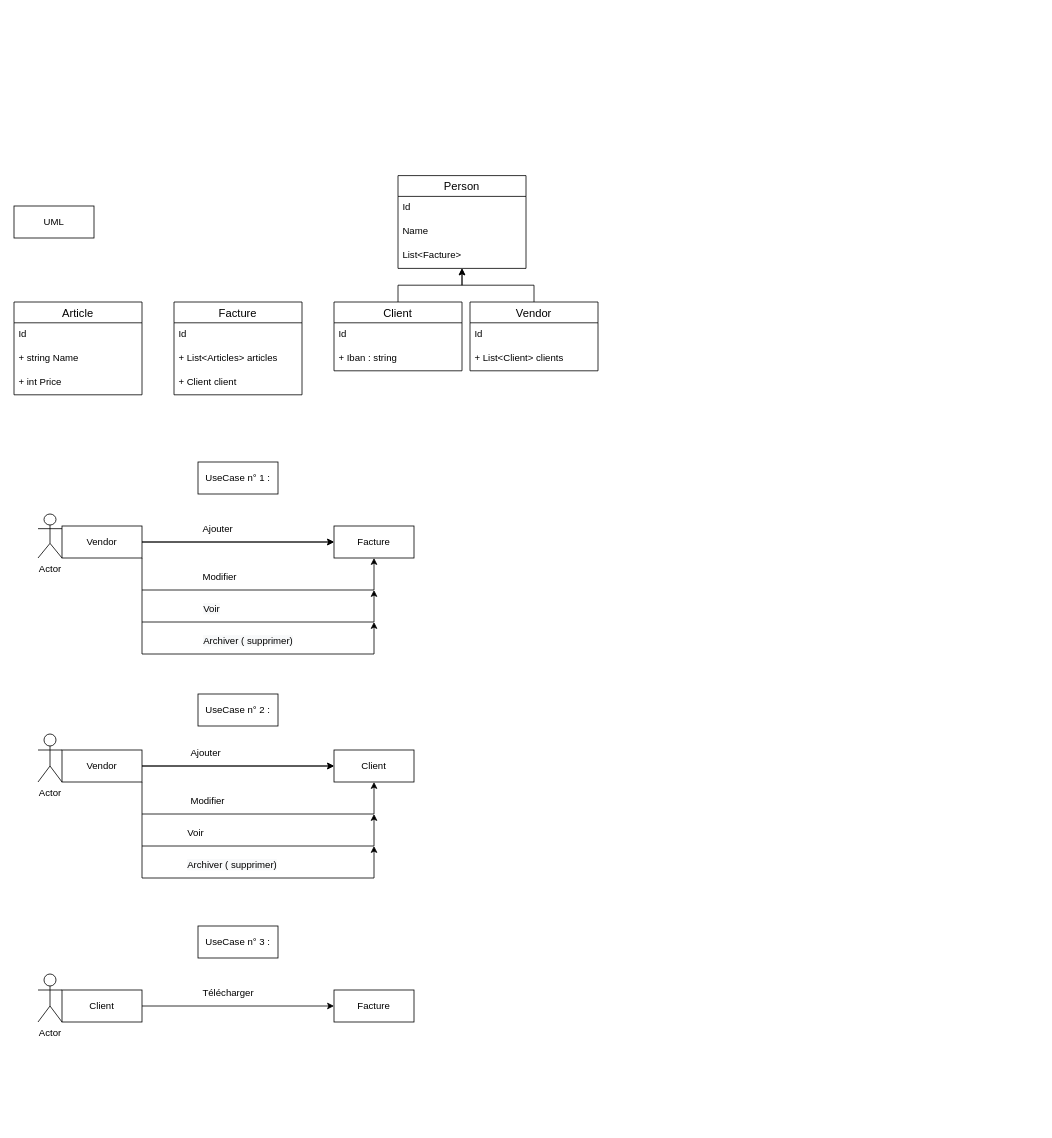
LucaMaggioli/facturator-crud-app keeps this draw.io diagram as UML-et-usecases.drawio. Above is the earlier version. Source tidied: cells renumbered, new cells numbered last; positions are measured from the earlier drawing's top-left corner, leaving out a move shared by most shapes. Both pictures are drawn from the tidied source at 80%, with x=0, y=0 at pixel (14, 175).
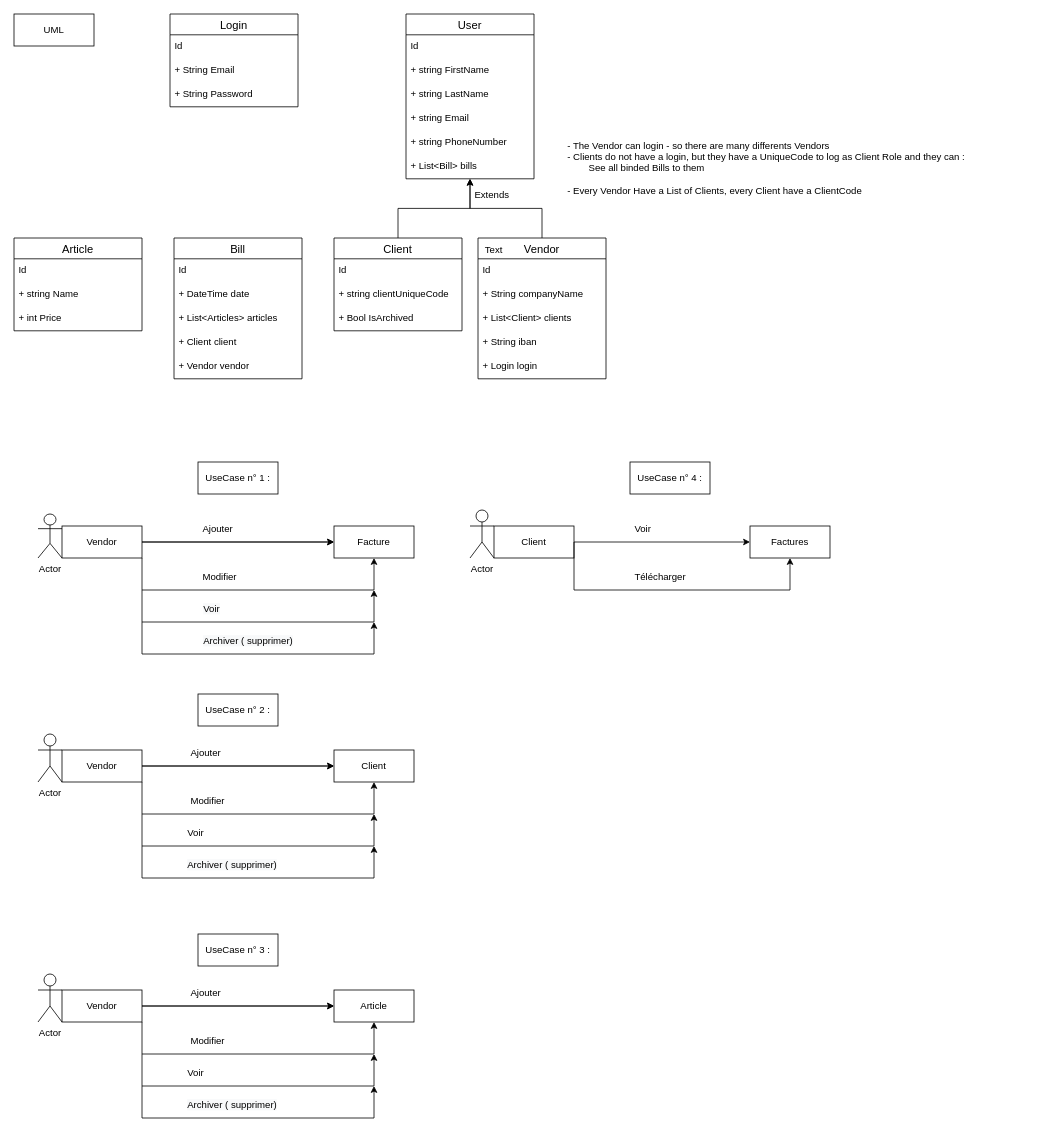
Above is the later version.

Change to the diagram source:
```diff
@@
     <mxCell id="12" value="Client" style="whiteSpace=wrap;html=1;align=center;" parent="1" vertex="1">
-      <mxGeometry x="60" y="1018" width="100" height="40" as="geometry" />
+      <mxGeometry x="600" y="438" width="100" height="40" as="geometry" />
     </mxCell>
-    <mxCell id="13" value="Facture" style="whiteSpace=wrap;html=1;align=center;" parent="1" vertex="1">
-      <mxGeometry x="400" y="1018" width="100" height="40" as="geometry" />
+    <mxCell id="13" value="Factures" style="whiteSpace=wrap;html=1;align=center;" parent="1" vertex="1">
+      <mxGeometry x="920" y="438" width="100" height="40" as="geometry" />
     </mxCell>
-    <mxCell id="14" value="Télécharger" style="text;strokeColor=none;fillColor=none;spacingLeft=4;spacingRight=4;overflow=hidden;fontSize=12;" parent="1" vertex="1">
-      <mxGeometry x="230" y="1008" width="100" height="30" as="geometry" />
+    <mxCell id="14" value="Voir" style="text;strokeColor=none;fillColor=none;spacingLeft=4;spacingRight=4;overflow=hidden;fontSize=12;" parent="1" vertex="1">
+      <mxGeometry x="770" y="428" width="100" height="30" as="geometry" />
     </mxCell>
@@
     <mxCell id="17" value="UML" style="whiteSpace=wrap;html=1;align=center;" parent="1" vertex="1">
-      <mxGeometry y="38" width="100" height="40" as="geometry" />
+      <mxGeometry y="-202" width="100" height="40" as="geometry" />
     </mxCell>
-    <mxCell id="18" value="Facture" style="swimlane;fontStyle=0;horizontal=1;startSize=26;align=center;fontSize=14;" parent="1" vertex="1">
-      <mxGeometry x="200" y="158" width="160" height="116" as="geometry" />
+    <mxCell id="18" value="Bill" style="swimlane;fontStyle=0;horizontal=1;startSize=26;align=center;fontSize=14;" parent="1" vertex="1">
+      <mxGeometry x="200" y="78" width="160" height="176" as="geometry" />
     </mxCell>
@@
+    <mxCell id="55" value="+ DateTime date" style="text;strokeColor=none;fillColor=none;spacingLeft=4;spacingRight=4;overflow=hidden;fontSize=12;" parent="18" vertex="1">
+      <mxGeometry y="56" width="160" height="30" as="geometry" />
+    </mxCell>
     <mxCell id="20" value="+ List&lt;Articles&gt; articles" style="text;strokeColor=none;fillColor=none;spacingLeft=4;spacingRight=4;overflow=hidden;fontSize=12;" parent="18" vertex="1">
-      <mxGeometry y="56" width="160" height="30" as="geometry" />
+      <mxGeometry y="86" width="160" height="30" as="geometry" />
     </mxCell>
     <mxCell id="21" value="+ Client client" style="text;strokeColor=none;fillColor=none;spacingLeft=4;spacingRight=4;overflow=hidden;fontSize=12;" parent="18" vertex="1">
-      <mxGeometry y="86" width="160" height="30" as="geometry" />
+      <mxGeometry y="116" width="160" height="30" as="geometry" />
     </mxCell>
+    <mxCell id="56" value="+ Vendor vendor" style="text;strokeColor=none;fillColor=none;spacingLeft=4;spacingRight=4;overflow=hidden;fontSize=12;" parent="18" vertex="1">
+      <mxGeometry y="146" width="160" height="30" as="geometry" />
+    </mxCell>
     <mxCell id="22" value="Article" style="swimlane;fontStyle=0;horizontal=1;startSize=26;align=center;fontSize=14;" parent="1" vertex="1">
-      <mxGeometry y="158" width="160" height="116" as="geometry" />
+      <mxGeometry y="78" width="160" height="116" as="geometry" />
     </mxCell>
@@
     <mxCell id="27" value="Client" style="swimlane;fontStyle=0;horizontal=1;startSize=26;align=center;fontSize=14;" parent="1" vertex="1">
-      <mxGeometry x="400" y="158" width="160" height="86" as="geometry" />
+      <mxGeometry x="400" y="78" width="160" height="116" as="geometry" />
     </mxCell>
@@
-    <mxCell id="29" value="+ Iban : string" style="text;strokeColor=none;fillColor=none;spacingLeft=4;spacingRight=4;overflow=hidden;fontSize=12;" parent="27" vertex="1">
-      <mxGeometry y="56" width="160" height="30" as="geometry" />
-    </mxCell>
+    <mxCell id="57" value="+ string clientUniqueCode" style="text;strokeColor=none;fillColor=none;spacingLeft=4;spacingRight=4;overflow=hidden;fontSize=12;" parent="27" vertex="1">
+      <mxGeometry y="56" width="160" height="30" as="geometry" />
+    </mxCell>
+    <mxCell id="58" value="+ Bool IsArchived" style="text;strokeColor=none;fillColor=none;spacingLeft=4;spacingRight=4;overflow=hidden;fontSize=12;" parent="27" vertex="1">
+      <mxGeometry y="86" width="160" height="30" as="geometry" />
+    </mxCell>
@@
     <mxCell id="41" value="Actor" style="shape=umlActor;verticalLabelPosition=bottom;verticalAlign=top;html=1;" parent="1" vertex="1">
-      <mxGeometry x="30" y="998" width="30" height="60" as="geometry" />
+      <mxGeometry x="570" y="418" width="30" height="60" as="geometry" />
     </mxCell>
@@
     <mxCell id="43" value="Vendor" style="swimlane;fontStyle=0;horizontal=1;startSize=26;align=center;fontSize=14;" parent="1" vertex="1">
-      <mxGeometry x="570" y="158" width="160" height="86" as="geometry" />
+      <mxGeometry x="580" y="78" width="160" height="176" as="geometry" />
     </mxCell>
@@
+    <mxCell id="59" value="+ String companyName" style="text;strokeColor=none;fillColor=none;spacingLeft=4;spacingRight=4;overflow=hidden;fontSize=12;" parent="43" vertex="1">
+      <mxGeometry y="56" width="160" height="30" as="geometry" />
+    </mxCell>
     <mxCell id="45" value="+ List&lt;Client&gt; clients" style="text;strokeColor=none;fillColor=none;spacingLeft=4;spacingRight=4;overflow=hidden;fontSize=12;" parent="43" vertex="1">
-      <mxGeometry y="56" width="160" height="30" as="geometry" />
+      <mxGeometry y="86" width="160" height="30" as="geometry" />
     </mxCell>
+    <mxCell id="60" value="+ String iban" style="text;strokeColor=none;fillColor=none;spacingLeft=4;spacingRight=4;overflow=hidden;fontSize=12;" parent="43" vertex="1">
+      <mxGeometry y="116" width="160" height="30" as="geometry" />
+    </mxCell>
+    <mxCell id="61" value="+ Login login" style="text;strokeColor=none;fillColor=none;spacingLeft=4;spacingRight=4;overflow=hidden;fontSize=12;" parent="43" vertex="1">
+      <mxGeometry y="146" width="160" height="30" as="geometry" />
+    </mxCell>
-    <mxCell id="46" value="Person" style="swimlane;fontStyle=0;horizontal=1;startSize=26;align=center;fontSize=14;" parent="1" vertex="1">
-      <mxGeometry x="480" width="160" height="116" as="geometry" />
+    <mxCell id="46" value="User" style="swimlane;fontStyle=0;horizontal=1;startSize=26;align=center;fontSize=14;" parent="1" vertex="1">
+      <mxGeometry x="490" y="-202" width="160" height="206" as="geometry" />
     </mxCell>
@@
-    <mxCell id="48" value="Name" style="text;strokeColor=none;fillColor=none;spacingLeft=4;spacingRight=4;overflow=hidden;fontSize=12;" parent="46" vertex="1">
+    <mxCell id="48" value="+ string FirstName" style="text;strokeColor=none;fillColor=none;spacingLeft=4;spacingRight=4;overflow=hidden;fontSize=12;" parent="46" vertex="1">
       <mxGeometry y="56" width="160" height="30" as="geometry" />
     </mxCell>
+    <mxCell id="62" value="+ string LastName" style="text;strokeColor=none;fillColor=none;spacingLeft=4;spacingRight=4;overflow=hidden;fontSize=12;" parent="46" vertex="1">
+      <mxGeometry y="86" width="160" height="30" as="geometry" />
+    </mxCell>
+    <mxCell id="63" value="+ string Email" style="text;strokeColor=none;fillColor=none;spacingLeft=4;spacingRight=4;overflow=hidden;fontSize=12;" parent="46" vertex="1">
+      <mxGeometry y="116" width="160" height="30" as="geometry" />
+    </mxCell>
+    <mxCell id="64" value="+ string PhoneNumber" style="text;strokeColor=none;fillColor=none;spacingLeft=4;spacingRight=4;overflow=hidden;fontSize=12;" parent="46" vertex="1">
+      <mxGeometry y="146" width="160" height="30" as="geometry" />
+    </mxCell>
-    <mxCell id="49" value="List&lt;Facture&gt;" style="text;strokeColor=none;fillColor=none;spacingLeft=4;spacingRight=4;overflow=hidden;fontSize=12;" parent="46" vertex="1">
-      <mxGeometry y="86" width="160" height="30" as="geometry" />
+    <mxCell id="49" value="+ List&lt;Bill&gt; bills" style="text;strokeColor=none;fillColor=none;spacingLeft=4;spacingRight=4;overflow=hidden;fontSize=12;" parent="46" vertex="1">
+      <mxGeometry y="176" width="160" height="30" as="geometry" />
     </mxCell>
@@
-    <mxCell id="54" value="UseCase n° 3 :" style="whiteSpace=wrap;html=1;align=center;" parent="1" vertex="1">
-      <mxGeometry x="230" y="938" width="100" height="40" as="geometry" />
+    <mxCell id="54" value="UseCase n° 4 :" style="whiteSpace=wrap;html=1;align=center;" parent="1" vertex="1">
+      <mxGeometry x="770" y="358" width="100" height="40" as="geometry" />
     </mxCell>
+    <mxCell id="65" value="UseCase n° 3 :" style="whiteSpace=wrap;html=1;align=center;" parent="1" vertex="1">
+      <mxGeometry x="230" y="948" width="100" height="40" as="geometry" />
+    </mxCell>
+    <mxCell id="66" style="edgeStyle=orthogonalEdgeStyle;rounded=0;jettySize=auto;html=1;entryX=0;entryY=0.5;entryDx=0;entryDy=0;" parent="1" edge="1" source="68" target="69">
+      <mxGeometry relative="1" as="geometry" />
+    </mxCell>
+    <mxCell id="67" style="edgeStyle=orthogonalEdgeStyle;rounded=0;jettySize=auto;html=1;" parent="1" edge="1" source="68" target="69">
+      <mxGeometry relative="1" as="geometry" />
+    </mxCell>
+    <mxCell id="68" value="Vendor" style="whiteSpace=wrap;html=1;align=center;" parent="1" vertex="1">
+      <mxGeometry x="60" y="1018" width="100" height="40" as="geometry" />
+    </mxCell>
+    <mxCell id="69" value="Article" style="whiteSpace=wrap;html=1;align=center;" parent="1" vertex="1">
+      <mxGeometry x="400" y="1018" width="100" height="40" as="geometry" />
+    </mxCell>
+    <mxCell id="70" value="Ajouter" style="text;strokeColor=none;fillColor=none;spacingLeft=4;spacingRight=4;overflow=hidden;fontSize=12;" parent="1" vertex="1">
+      <mxGeometry x="215" y="1008" width="100" height="30" as="geometry" />
+    </mxCell>
+    <mxCell id="71" style="edgeStyle=orthogonalEdgeStyle;rounded=0;jettySize=auto;html=1;exitX=1;exitY=1;exitDx=0;exitDy=0;entryX=0.5;entryY=1;entryDx=0;entryDy=0;" parent="1" edge="1" source="68" target="69">
+      <mxGeometry relative="1" as="geometry">
+        <Array as="points">
+          <mxPoint x="160" y="1098" />
+          <mxPoint x="450" y="1098" />
+        </Array>
+      </mxGeometry>
+    </mxCell>
+    <mxCell id="72" value="Modifier" style="text;strokeColor=none;fillColor=none;spacingLeft=4;spacingRight=4;overflow=hidden;fontSize=12;" parent="1" vertex="1">
+      <mxGeometry x="215" y="1068" width="130" height="30" as="geometry" />
+    </mxCell>
+    <mxCell id="73" value="&lt;font face=&quot;helvetica&quot;&gt;Voir&lt;/font&gt;" style="text;whiteSpace=wrap;html=1;" parent="1" vertex="1">
+      <mxGeometry x="215" y="1108" width="140" height="30" as="geometry" />
+    </mxCell>
+    <mxCell id="74" style="edgeStyle=orthogonalEdgeStyle;rounded=0;orthogonalLoop=1;jettySize=auto;html=1;exitX=1;exitY=1;exitDx=0;exitDy=0;entryX=0.5;entryY=1;entryDx=0;entryDy=0;" parent="1" edge="1">
+      <mxGeometry relative="1" as="geometry">
+        <mxPoint x="160" y="1098" as="sourcePoint" />
+        <mxPoint x="450" y="1098" as="targetPoint" />
+        <Array as="points">
+          <mxPoint x="160" y="1138" />
+          <mxPoint x="450" y="1138" />
+        </Array>
+      </mxGeometry>
+    </mxCell>
+    <mxCell id="75" value="Actor" style="shape=umlActor;verticalLabelPosition=bottom;verticalAlign=top;html=1;" parent="1" vertex="1">
+      <mxGeometry x="30" y="998" width="30" height="60" as="geometry" />
+    </mxCell>
+    <mxCell id="76" value="&lt;span style=&quot;color: rgb(0, 0, 0); font-family: helvetica; font-size: 12px; font-style: normal; font-weight: 400; letter-spacing: normal; text-align: left; text-indent: 0px; text-transform: none; word-spacing: 0px; background-color: rgb(248, 249, 250); display: inline; float: none;&quot;&gt;Archiver ( supprimer)&lt;/span&gt;" style="text;whiteSpace=wrap;html=1;" parent="1" vertex="1">
+      <mxGeometry x="215" y="1148" width="140" height="30" as="geometry" />
+    </mxCell>
+    <mxCell id="77" style="edgeStyle=orthogonalEdgeStyle;rounded=0;orthogonalLoop=1;jettySize=auto;html=1;exitX=1;exitY=1;exitDx=0;exitDy=0;entryX=0.5;entryY=1;entryDx=0;entryDy=0;" parent="1" edge="1">
+      <mxGeometry relative="1" as="geometry">
+        <mxPoint x="160" y="1138" as="sourcePoint" />
+        <mxPoint x="450" y="1138" as="targetPoint" />
+        <Array as="points">
+          <mxPoint x="160" y="1178" />
+          <mxPoint x="450" y="1178" />
+        </Array>
+      </mxGeometry>
+    </mxCell>
+    <mxCell id="78" value="Login" style="swimlane;fontStyle=0;horizontal=1;startSize=26;align=center;fontSize=14;" parent="1" vertex="1">
+      <mxGeometry x="195" y="-202" width="160" height="116" as="geometry" />
+    </mxCell>
+    <mxCell id="79" value="Id" style="text;strokeColor=none;fillColor=none;spacingLeft=4;spacingRight=4;overflow=hidden;fontSize=12;" parent="78" vertex="1">
+      <mxGeometry y="26" width="160" height="30" as="geometry" />
+    </mxCell>
+    <mxCell id="80" value="+ String Email" style="text;strokeColor=none;fillColor=none;spacingLeft=4;spacingRight=4;overflow=hidden;fontSize=12;" parent="78" vertex="1">
+      <mxGeometry y="56" width="160" height="30" as="geometry" />
+    </mxCell>
+    <mxCell id="81" value="+ String Password" style="text;strokeColor=none;fillColor=none;spacingLeft=4;spacingRight=4;overflow=hidden;fontSize=12;" parent="78" vertex="1">
+      <mxGeometry y="86" width="160" height="30" as="geometry" />
+    </mxCell>
+    <mxCell id="82" style="edgeStyle=orthogonalEdgeStyle;rounded=0;jettySize=auto;html=1;exitX=1;exitY=0.5;exitDx=0;exitDy=0;entryX=0.5;entryY=1;entryDx=0;entryDy=0;" parent="1" edge="1" source="12" target="13">
+      <mxGeometry relative="1" as="geometry">
+        <Array as="points">
+          <mxPoint x="700" y="518" />
+          <mxPoint x="970" y="518" />
+        </Array>
+      </mxGeometry>
+    </mxCell>
+    <mxCell id="83" value="Télécharger" style="text;strokeColor=none;fillColor=none;spacingLeft=4;spacingRight=4;overflow=hidden;fontSize=12;" parent="1" vertex="1">
+      <mxGeometry x="770" y="488" width="100" height="30" as="geometry" />
+    </mxCell>
+    <mxCell id="84" value="Extends" style="text;strokeColor=none;fillColor=none;align=left;verticalAlign=middle;spacingLeft=4;spacingRight=4;overflow=hidden;" parent="1" vertex="1">
+      <mxGeometry x="570" y="8" width="80" height="30" as="geometry" />
+    </mxCell>
+    <mxCell id="85" value="Text" style="text;html=1;strokeColor=none;fillColor=none;align=center;verticalAlign=middle;whiteSpace=wrap;rounded=0;" parent="1" vertex="1">
+      <mxGeometry x="570" y="78" width="60" height="30" as="geometry" />
+    </mxCell>
+    <mxCell id="86" value="- The Vendor can login - so there are many differents Vendors&lt;br&gt;- Clients do not have a login, but they have a UniqueCode to log as Client Role and they can :&lt;br&gt;&lt;span style=&quot;white-space: pre&quot;&gt;&#9;&lt;/span&gt;See all binded Bills to them&lt;br&gt;&lt;br&gt;- Every Vendor Have a List of Clients, every Client have a ClientCode" style="text;html=1;strokeColor=none;fillColor=none;align=left;verticalAlign=middle;whiteSpace=wrap;rounded=0;horizontal=1;" parent="1" vertex="1">
+      <mxGeometry x="690" y="-72" width="590" height="125" as="geometry" />
+    </mxCell>
```
